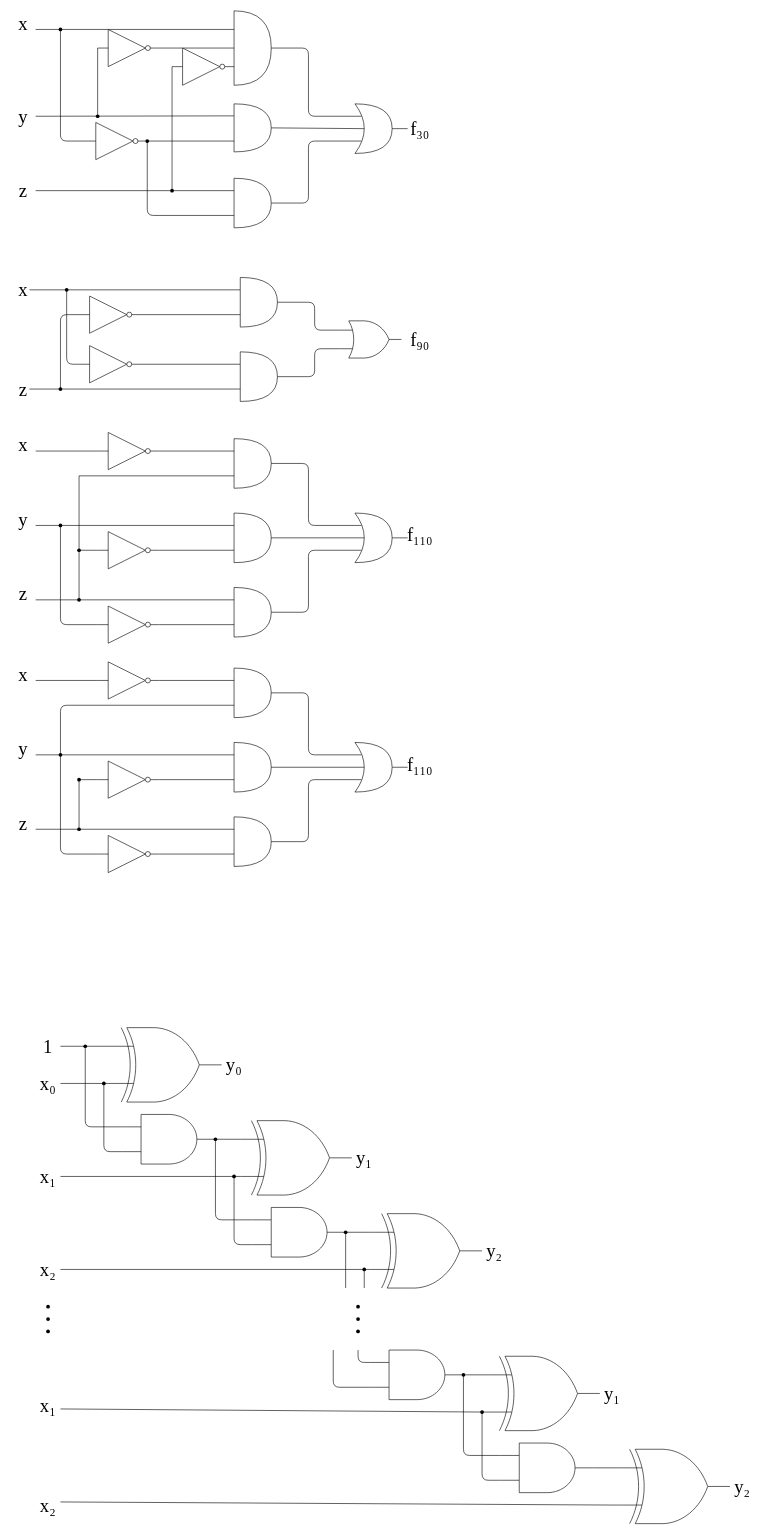
PoriPoriPori/Pori keeps this draw.io diagram as L演習2.drawio. Above is the earlier version. Source tidied: cells renumbered, new cells numbered last; positions are measured from the earlier drawing's top-left corner, leaving out a move shared by most shapes. Both pictures are drawn from the tidied source at 62%, with x=0, y=0 at pixel (11, 11).
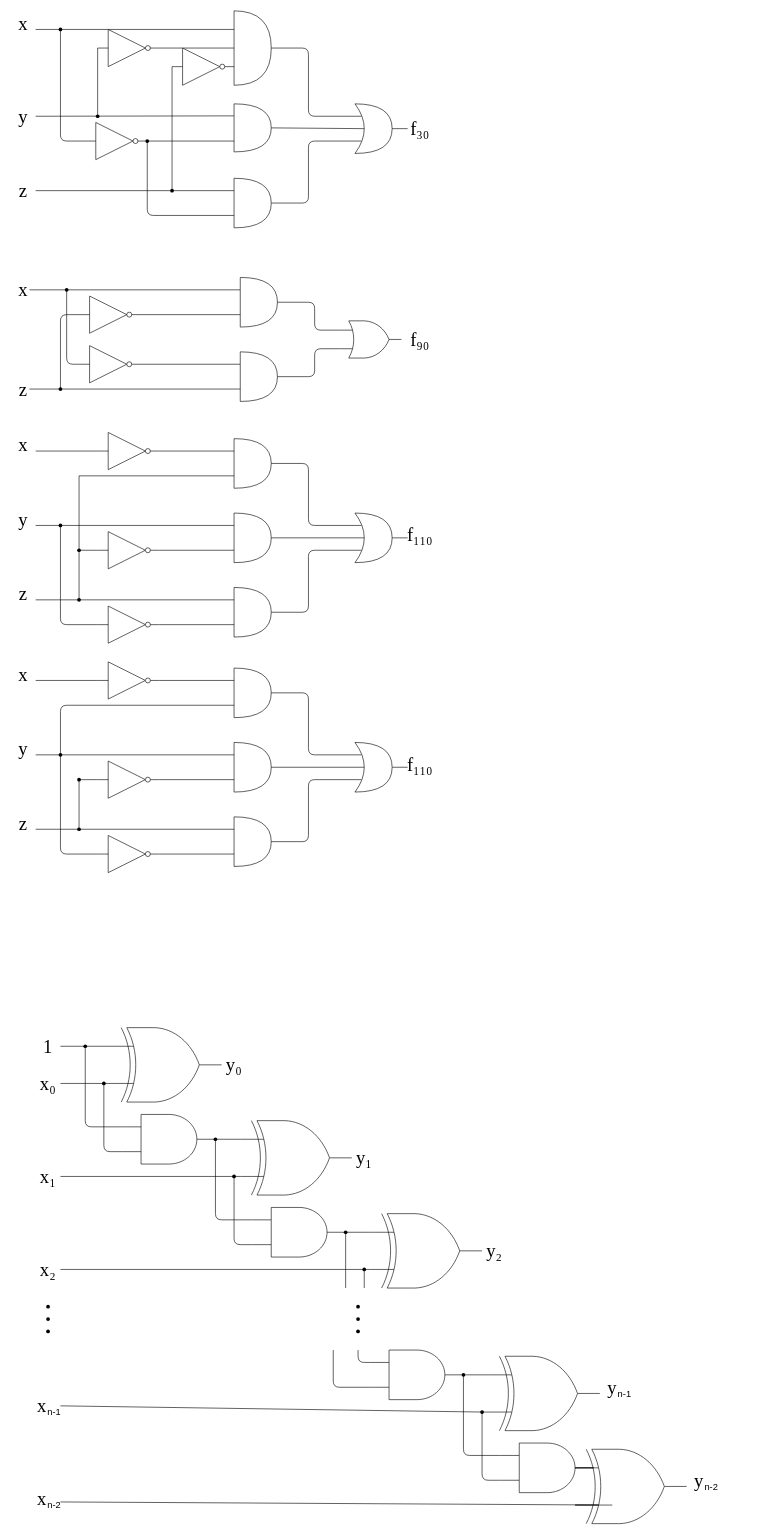
After the change.

The change refers to these unchanged cells:
```xml
<mxCell id="181" style="group;" parent="180" vertex="1">
  <mxGeometry x="40" width="220" height="220" as="geometry" />
</mxCell>
<mxCell id="187" style="shape=waypoint;sketch=0;fillStyle=solid;size=6;points=[];fillColor=none;perimeter=centerPerimeter;snapToPoint=1;" parent="186" vertex="1">
  <mxGeometry width="40" height="40" as="geometry" />
</mxCell>
```

What changed in the source:
```diff
@@
-    <mxCell id="174" value="&lt;font style=&quot;font-size: 30px&quot; face=&quot;Times New Roman&quot;&gt;x₁&lt;/font&gt;" style="text;html=1;strokeColor=none;fillColor=none;align=center;verticalAlign=middle;whiteSpace=wrap;rounded=0;shadow=0;sketch=0;" parent="1" vertex="1">
-      <mxGeometry x="40" y="2240" width="40" height="20" as="geometry" />
-    </mxCell>
-    <mxCell id="175" value="&lt;font style=&quot;font-size: 30px&quot; face=&quot;Times New Roman&quot;&gt;x₂&lt;/font&gt;" style="text;html=1;strokeColor=none;fillColor=none;align=center;verticalAlign=middle;whiteSpace=wrap;rounded=0;shadow=0;sketch=0;" parent="1" vertex="1">
-      <mxGeometry x="40" y="2400" width="40" height="20" as="geometry" />
-    </mxCell>
@@
-    <mxCell id="179" style="endArrow=none;html=1;entryX=0.6;entryY=0.525;entryDx=0;entryDy=0;entryPerimeter=0;exitX=1;exitY=0.75;exitDx=0;exitDy=0;" parent="1" edge="1" source="174" target="187">
+    <mxCell id="179" style="endArrow=none;html=1;entryX=0.6;entryY=0.525;entryDx=0;entryDy=0;entryPerimeter=0;exitX=0.75;exitY=0;exitDx=0;exitDy=0;" parent="1" edge="1" source="202" target="187">
       <mxGeometry x="440" y="1940" as="geometry" />
     </mxCell>
@@
-    <mxCell id="182" value="&lt;font style=&quot;font-size: 30px&quot; face=&quot;Times New Roman&quot;&gt;y₁&lt;/font&gt;" style="text;html=1;strokeColor=none;fillColor=none;align=center;verticalAlign=middle;whiteSpace=wrap;rounded=0;shadow=0;sketch=0;" parent="181" vertex="1">
-      <mxGeometry x="180" y="50" width="40" height="20" as="geometry" />
-    </mxCell>
@@
-    <mxCell id="192" style="endArrow=none;html=1;entryX=0.626;entryY=0.456;entryDx=0;entryDy=0;entryPerimeter=0;exitX=1;exitY=0.25;exitDx=0;exitDy=0;" parent="1" edge="1" source="175">
+    <mxCell id="192" style="endArrow=none;html=1;entryX=0.626;entryY=0.456;entryDx=0;entryDy=0;entryPerimeter=0;exitX=1;exitY=0.25;exitDx=0;exitDy=0;" parent="1" edge="1">
       <mxGeometry x="440" y="1940" as="geometry">
+        <mxPoint x="80" y="2405" as="sourcePoint" />
         <mxPoint x="970" y="2410" as="targetPoint" />
       </mxGeometry>
     </mxCell>
     <mxCell id="193" style="verticalLabelPosition=bottom;shadow=0;dashed=0;align=center;html=1;verticalAlign=top;shape=mxgraph.electrical.logic_gates.logic_gate;operation=xor;" parent="1" vertex="1">
-      <mxGeometry x="980" y="2320" width="180" height="120" as="geometry" />
+      <mxGeometry x="910" y="2320" width="180" height="120" as="geometry" />
     </mxCell>
-    <mxCell id="194" value="&lt;font style=&quot;font-size: 30px&quot; face=&quot;Times New Roman&quot;&gt;y₂&lt;/font&gt;" style="text;html=1;strokeColor=none;fillColor=none;align=center;verticalAlign=middle;whiteSpace=wrap;rounded=0;shadow=0;sketch=0;" parent="1" vertex="1">
-      <mxGeometry x="1160" y="2370" width="40" height="20" as="geometry" />
-    </mxCell>
@@
-    <mxCell id="196" style="endArrow=none;html=1;" parent="1" edge="1" source="193">
-      <mxGeometry x="940" y="2320" as="geometry">
-        <mxPoint x="1130" y="2320" as="targetPoint" />
-      </mxGeometry>
-    </mxCell>
@@
+    <mxCell id="201" style="group;" parent="1" vertex="1">
+      <mxGeometry x="30" y="2240" width="60" height="30" as="geometry" />
+    </mxCell>
+    <mxCell id="174" value="&lt;font style=&quot;font-size: 30px&quot; face=&quot;Times New Roman&quot;&gt;x&lt;/font&gt;" style="text;html=1;strokeColor=none;fillColor=none;align=center;verticalAlign=middle;whiteSpace=wrap;rounded=0;shadow=0;sketch=0;" parent="201" vertex="1">
+      <mxGeometry width="40" height="20" as="geometry" />
+    </mxCell>
+    <mxCell id="202" value="&lt;font style=&quot;font-size: 15px&quot;&gt;n-1&lt;/font&gt;" style="text;html=1;strokeColor=none;fillColor=none;align=center;verticalAlign=middle;whiteSpace=wrap;rounded=0;" parent="201" vertex="1">
+      <mxGeometry x="20" y="10" width="40" height="20" as="geometry" />
+    </mxCell>
+    <mxCell id="203" style="group;" parent="1" vertex="1">
+      <mxGeometry x="30" y="2390" width="60" height="30" as="geometry" />
+    </mxCell>
+    <mxCell id="204" value="&lt;font style=&quot;font-size: 30px&quot; face=&quot;Times New Roman&quot;&gt;x&lt;/font&gt;" style="text;html=1;strokeColor=none;fillColor=none;align=center;verticalAlign=middle;whiteSpace=wrap;rounded=0;shadow=0;sketch=0;" parent="203" vertex="1">
+      <mxGeometry width="40" height="20" as="geometry" />
+    </mxCell>
+    <mxCell id="205" value="&lt;font style=&quot;font-size: 15px&quot;&gt;n-2&lt;/font&gt;" style="text;html=1;strokeColor=none;fillColor=none;align=center;verticalAlign=middle;whiteSpace=wrap;rounded=0;" parent="203" vertex="1">
+      <mxGeometry x="20" y="10" width="40" height="20" as="geometry" />
+    </mxCell>
+    <mxCell id="206" style="group;" parent="1" vertex="1">
+      <mxGeometry x="950" y="2210" width="60" height="30" as="geometry" />
+    </mxCell>
+    <mxCell id="207" value="&lt;font style=&quot;font-size: 30px&quot; face=&quot;Times New Roman&quot;&gt;y&lt;/font&gt;" style="text;html=1;strokeColor=none;fillColor=none;align=center;verticalAlign=middle;whiteSpace=wrap;rounded=0;shadow=0;sketch=0;" parent="206" vertex="1">
+      <mxGeometry width="40" height="20" as="geometry" />
+    </mxCell>
+    <mxCell id="208" value="&lt;font style=&quot;font-size: 15px&quot;&gt;n-1&lt;/font&gt;" style="text;html=1;strokeColor=none;fillColor=none;align=center;verticalAlign=middle;whiteSpace=wrap;rounded=0;" parent="206" vertex="1">
+      <mxGeometry x="20" y="10" width="40" height="20" as="geometry" />
+    </mxCell>
+    <mxCell id="209" style="group;" parent="1" vertex="1">
+      <mxGeometry x="1090" y="2360" width="60" height="30" as="geometry" />
+    </mxCell>
+    <mxCell id="210" value="&lt;font style=&quot;font-size: 30px&quot; face=&quot;Times New Roman&quot;&gt;y&lt;/font&gt;" style="text;html=1;strokeColor=none;fillColor=none;align=center;verticalAlign=middle;whiteSpace=wrap;rounded=0;shadow=0;sketch=0;" parent="209" vertex="1">
+      <mxGeometry width="40" height="20" as="geometry" />
+    </mxCell>
+    <mxCell id="211" value="&lt;font style=&quot;font-size: 15px&quot;&gt;n-2&lt;/font&gt;" style="text;html=1;strokeColor=none;fillColor=none;align=center;verticalAlign=middle;whiteSpace=wrap;rounded=0;" parent="209" vertex="1">
+      <mxGeometry x="20" y="10" width="40" height="20" as="geometry" />
+    </mxCell>
```
